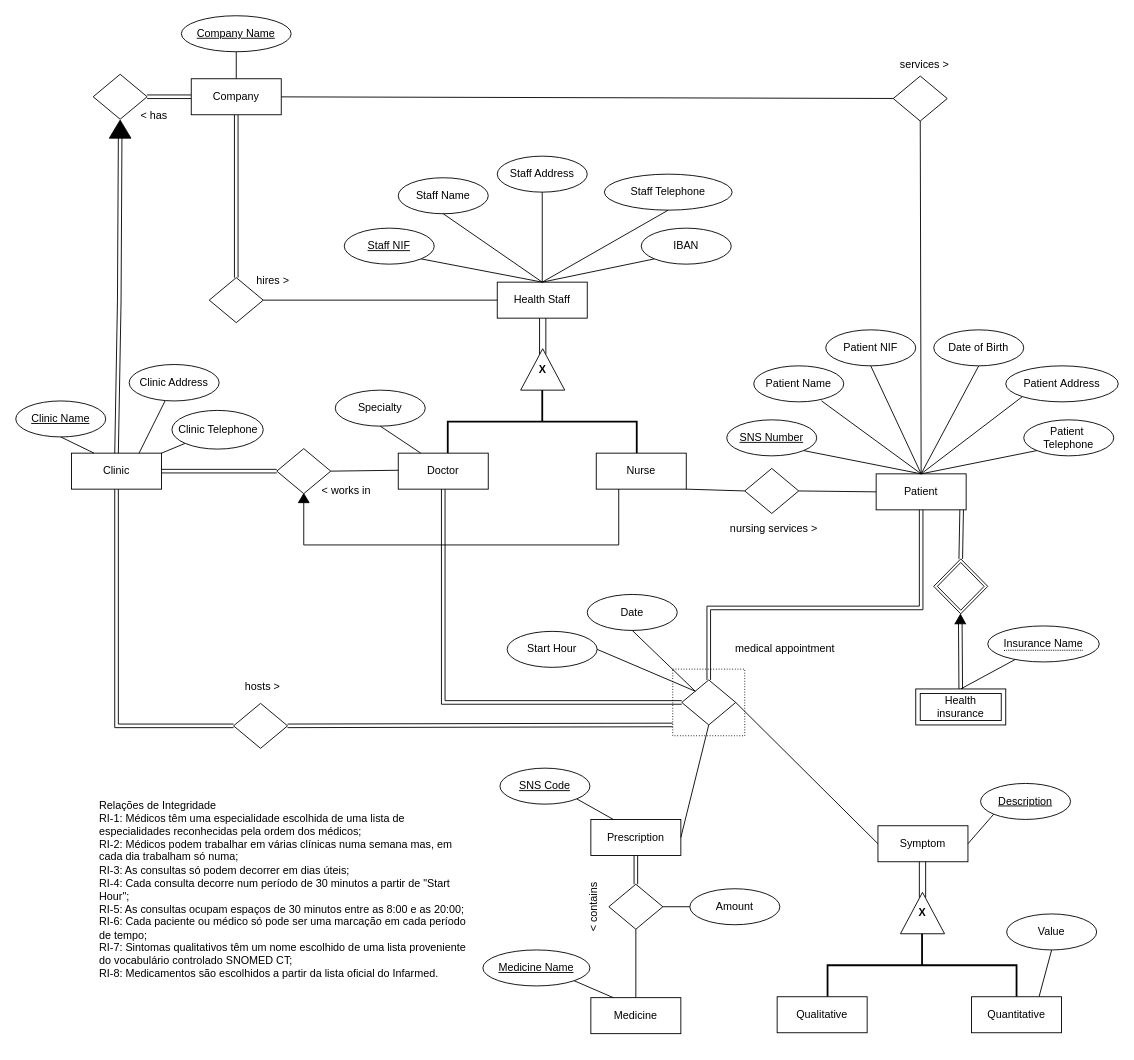
mariana-marcal-santana/BD.Health-DB-Manager keeps this draw.io diagram as Proj.drawio. Above is the earlier version. Source tidied: cells renumbered, new cells numbered last; positions are measured from the earlier drawing's top-left corner, leaving out a move shared by most shapes. Both pictures are drawn from the tidied source at 90%, with x=0, y=0 at pixel (15, 15).
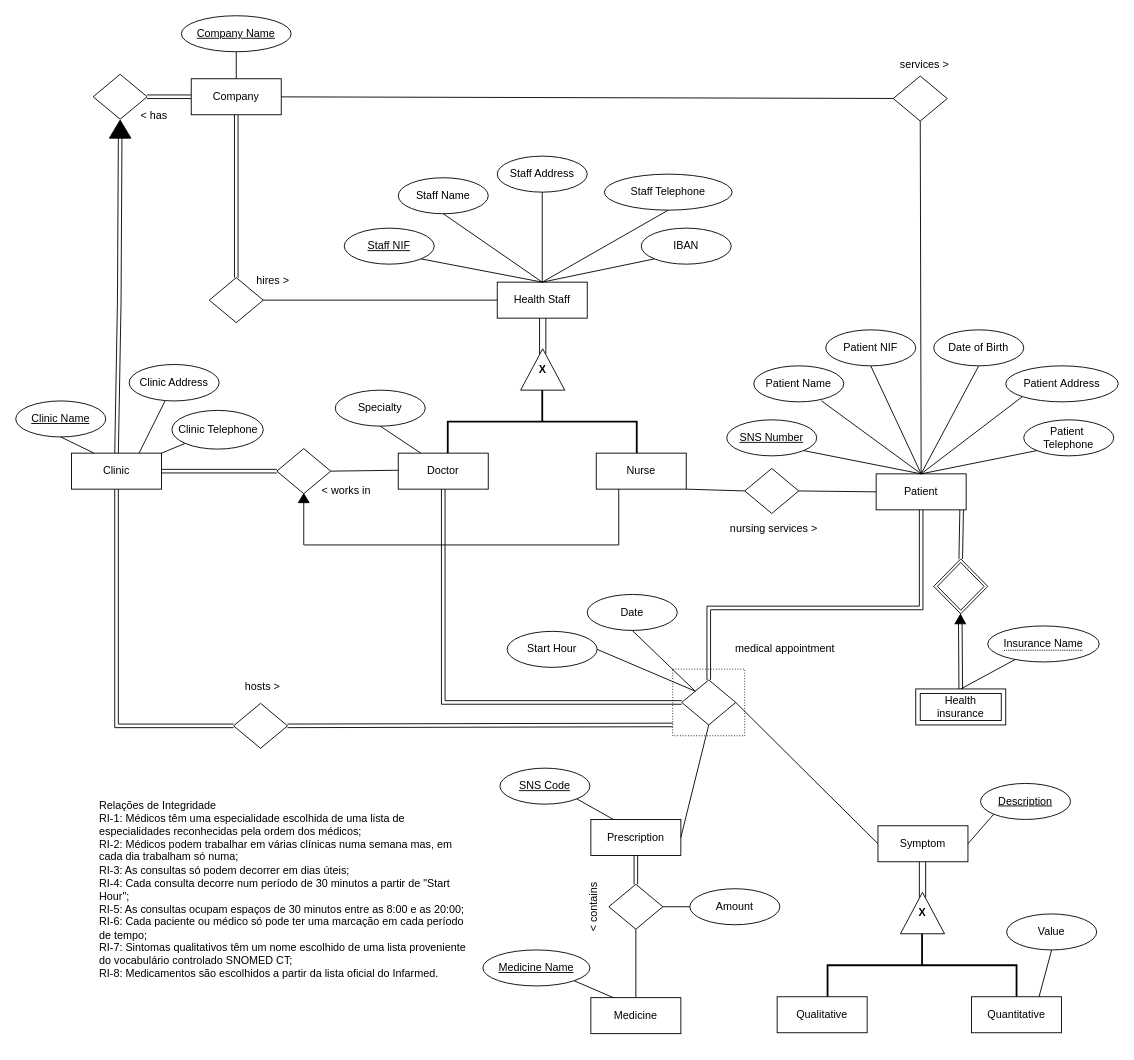
The same page after the edit.

Diff of the diagram source:
```diff
@@
-    <mxCell id="102" value="&lt;div style=&quot;text-align: left;&quot;&gt;&lt;br&gt;&lt;/div&gt;&lt;div style=&quot;text-align: left;&quot;&gt;&lt;span style=&quot;background-color: initial;&quot;&gt;Relações de Integridade&lt;/span&gt;&lt;/div&gt;&lt;div&gt;&lt;div style=&quot;text-align: left;&quot;&gt;&lt;span style=&quot;background-color: initial;&quot;&gt;RI-1: Médicos têm uma especialidade escolhida de uma lista de especialidades&amp;nbsp;&lt;/span&gt;&lt;span style=&quot;background-color: initial;&quot;&gt;reconhecidas pela ordem dos médicos;&lt;/span&gt;&lt;/div&gt;&lt;div style=&quot;text-align: left;&quot;&gt;&lt;span style=&quot;background-color: initial;&quot;&gt;RI-2: Médicos podem trabalhar em várias clínicas numa semana mas, em cada dia trabalham só numa;&lt;/span&gt;&lt;/div&gt;&lt;div style=&quot;text-align: left;&quot;&gt;&lt;span style=&quot;background-color: initial;&quot;&gt;RI-3: As consultas só podem decorrer em dias úteis;&lt;/span&gt;&lt;/div&gt;&lt;div&gt;&lt;div style=&quot;text-align: left;&quot;&gt;RI-4: Cada consulta decorre num período de 30 minutos a partir de &quot;Start Hour&quot;;&lt;/div&gt;&lt;div style=&quot;text-align: left;&quot;&gt;RI-5: As consultas ocupam espaços de 30 minutos entre as 8:00 e as 20:00;&lt;/div&gt;&lt;div style=&quot;text-align: left;&quot;&gt;RI-6: Cada paciente ou médico só pode ser uma marcação em cada período de tempo;&lt;/div&gt;&lt;div style=&quot;text-align: left;&quot;&gt;RI-7:&amp;nbsp;&lt;span style=&quot;background-color: initial;&quot;&gt;Sintomas&amp;nbsp;qualitativos têm um nome&amp;nbsp;&lt;/span&gt;&lt;span style=&quot;background-color: initial;&quot;&gt;escolhido de uma lista proveniente do vocabulário controlado SNOMED CT;&lt;/span&gt;&lt;/div&gt;&lt;/div&gt;&lt;/div&gt;&lt;div style=&quot;text-align: left;&quot;&gt;&lt;span style=&quot;background-color: initial;&quot;&gt;RI-8: M&lt;/span&gt;&lt;span style=&quot;background-color: initial; text-align: center;&quot;&gt;edicamentos são escolhidos a partir da lista oficial do Infarmed.&lt;/span&gt;&lt;/div&gt;&lt;div style=&quot;text-align: left;&quot;&gt;&lt;span style=&quot;background-color: initial;&quot;&gt;&lt;br&gt;&lt;/span&gt;&lt;/div&gt;" style="text;strokeColor=none;align=center;fillColor=none;html=1;verticalAlign=middle;whiteSpace=wrap;rounded=0;" parent="1" vertex="1">
+    <mxCell id="102" value="&lt;div style=&quot;text-align: left;&quot;&gt;&lt;br&gt;&lt;/div&gt;&lt;div style=&quot;text-align: left;&quot;&gt;&lt;span style=&quot;background-color: initial;&quot;&gt;Relações de Integridade&lt;/span&gt;&lt;/div&gt;&lt;div&gt;&lt;div style=&quot;text-align: left;&quot;&gt;&lt;span style=&quot;background-color: initial;&quot;&gt;RI-1: Médicos têm uma especialidade escolhida de uma lista de especialidades&amp;nbsp;&lt;/span&gt;&lt;span style=&quot;background-color: initial;&quot;&gt;reconhecidas pela ordem dos médicos;&lt;/span&gt;&lt;/div&gt;&lt;div style=&quot;text-align: left;&quot;&gt;&lt;span style=&quot;background-color: initial;&quot;&gt;RI-2: Médicos podem trabalhar em várias clínicas numa semana mas, em cada dia trabalham só numa;&lt;/span&gt;&lt;/div&gt;&lt;div style=&quot;text-align: left;&quot;&gt;&lt;span style=&quot;background-color: initial;&quot;&gt;RI-3: As consultas só podem decorrer em dias úteis;&lt;/span&gt;&lt;/div&gt;&lt;div&gt;&lt;div style=&quot;text-align: left;&quot;&gt;RI-4: Cada consulta decorre num período de 30 minutos a partir de &quot;Start Hour&quot;;&lt;/div&gt;&lt;div style=&quot;text-align: left;&quot;&gt;RI-5: As consultas ocupam espaços de 30 minutos entre as 8:00 e as 20:00;&lt;/div&gt;&lt;div style=&quot;text-align: left;&quot;&gt;RI-6: Cada paciente ou médico só pode ter uma marcação em cada período de tempo;&lt;/div&gt;&lt;div style=&quot;text-align: left;&quot;&gt;RI-7:&amp;nbsp;&lt;span style=&quot;background-color: initial;&quot;&gt;Sintomas&amp;nbsp;qualitativos têm um nome&amp;nbsp;&lt;/span&gt;&lt;span style=&quot;background-color: initial;&quot;&gt;escolhido de uma lista proveniente do vocabulário controlado SNOMED CT;&lt;/span&gt;&lt;/div&gt;&lt;/div&gt;&lt;/div&gt;&lt;div style=&quot;text-align: left;&quot;&gt;&lt;span style=&quot;background-color: initial;&quot;&gt;RI-8: M&lt;/span&gt;&lt;span style=&quot;background-color: initial; text-align: center;&quot;&gt;edicamentos são escolhidos a partir da lista oficial do Infarmed.&lt;/span&gt;&lt;/div&gt;&lt;div style=&quot;text-align: left;&quot;&gt;&lt;span style=&quot;background-color: initial;&quot;&gt;&lt;br&gt;&lt;/span&gt;&lt;/div&gt;" style="text;strokeColor=none;align=center;fillColor=none;html=1;verticalAlign=middle;whiteSpace=wrap;rounded=0;" parent="1" vertex="1">
       <mxGeometry x="92" y="798" width="418" height="345" as="geometry" />
     </mxCell>
```
